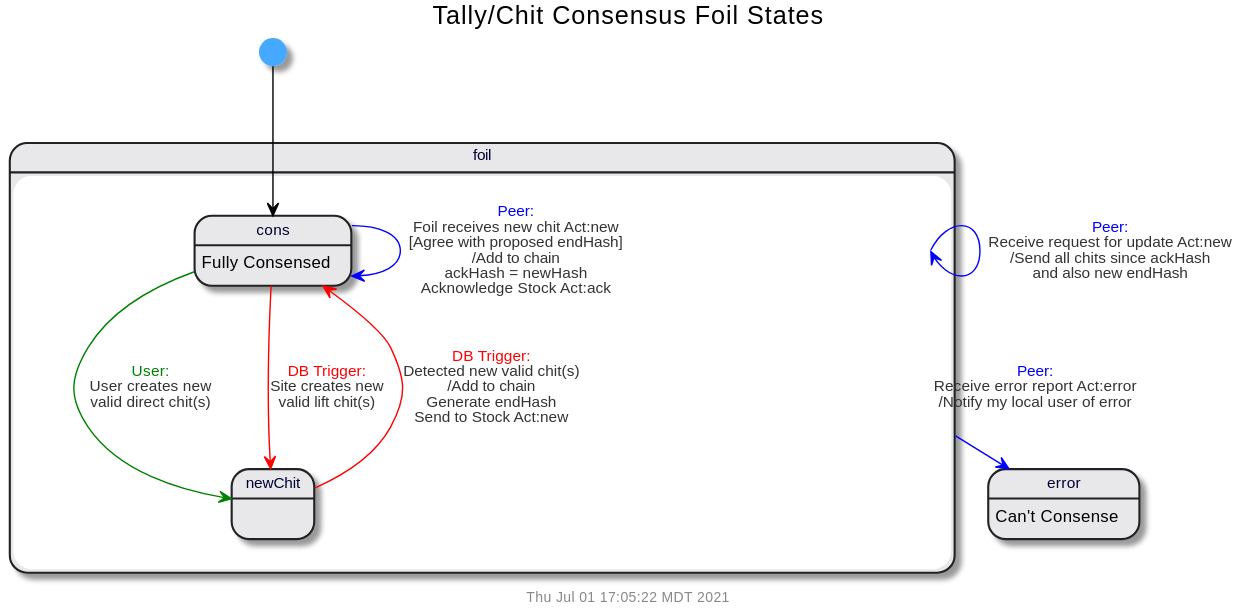
The PlantUML diagram doc/uml/state-conf.svg in gotchoices/MyCHIPs, before a commit.
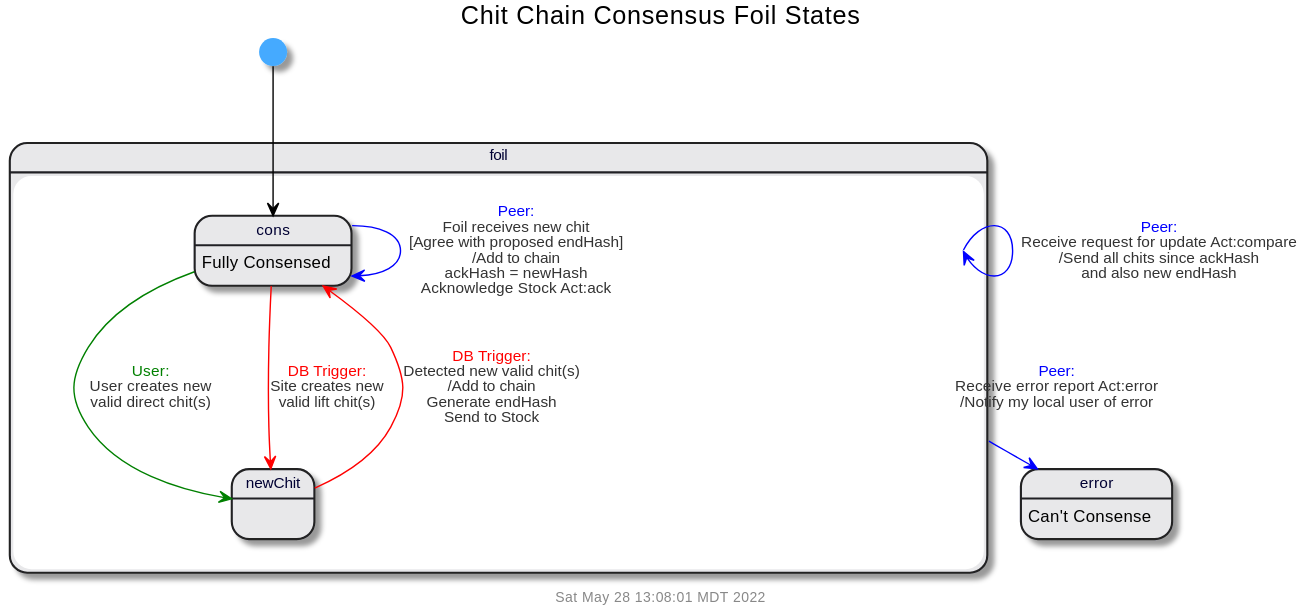
The same diagram one commit later.

Diff of the diagram source:
```diff
@@ -1,7 +1,7 @@
 @startuml
 !include common.puml
 
-$title(Tally/Chit Consensus Foil States)
+$title(Chit Chain Consensus Foil States)
 error: Can't Consense
 
 state foil {
@@ -13,11 +13,11 @@
 cons -[$user]-> newChit: $trans($user, User creates new\nvalid direct chit(s),'')
 cons -[$db]-> newChit: $trans($db, Site creates new\nvalid lift chit(s),'')
 
-newChit -[$db]-> cons: $trans($db,Detected new valid chit(s),'', 'Add to chain\nGenerate endHash\nSend to Stock Act:new')
+newChit -[$db]-> cons: $trans($db,Detected new valid chit(s),'', 'Add to chain\nGenerate endHash\nSend to Stock')
 
-foil -[$peer]-> foil: $trans($peer,Receive request for update Act:new,'', 'Send all chits since ackHash\nand also new endHash')
+foil -[$peer]-> foil: $trans($peer,Receive request for update Act:compare,'', 'Send all chits since ackHash\nand also new endHash')
 foil -[$peer]-> error: $trans($peer,Receive error report Act:error,'', 'Notify my local user of error')
 
-cons -[$peer]-> cons: $trans($peer,Foil receives new chit Act:new,'Agree with proposed endHash', 'Add to chain\nackHash = newHash\nAcknowledge Stock Act:ack')
+cons -[$peer]-> cons: $trans($peer,Foil receives new chit,'Agree with proposed endHash', 'Add to chain\nackHash = newHash\nAcknowledge Stock Act:ack')
 
 @enduml
```
